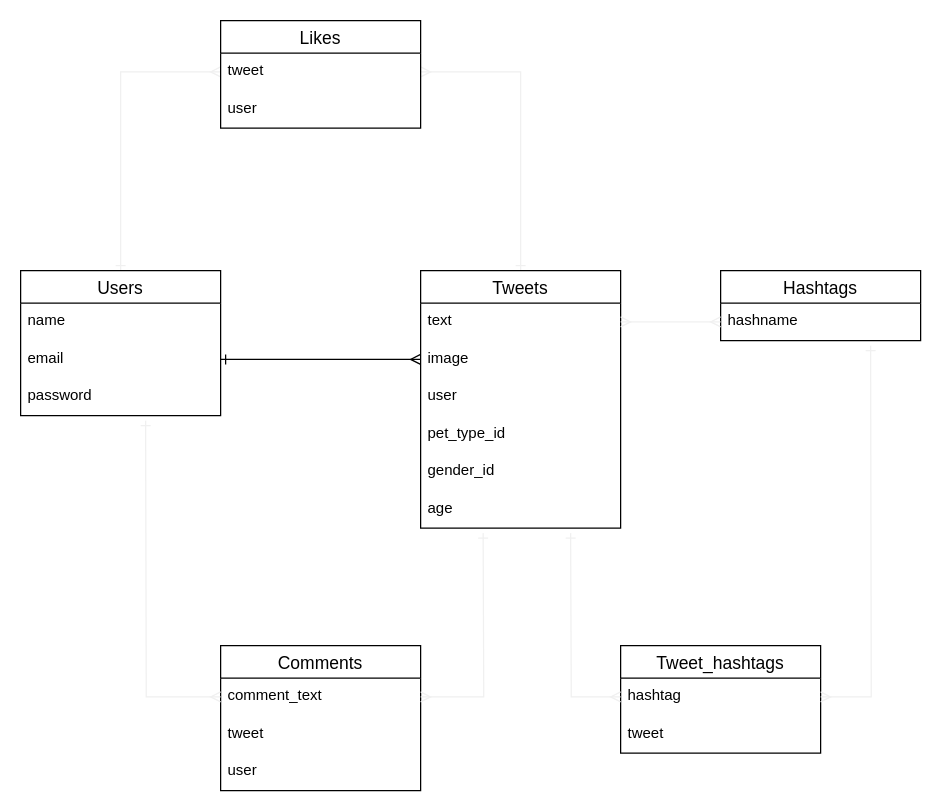
Before: uchinokogram.dio in tomomi94/uchinokogram, a draw.io diagram. Source tidied: cells renumbered, new cells numbered last; positions are measured from the earlier drawing's top-left corner, leaving out a move shared by most shapes. Both pictures are drawn from the tidied source at 125%, with x=0, y=0 at pixel (20, 20).
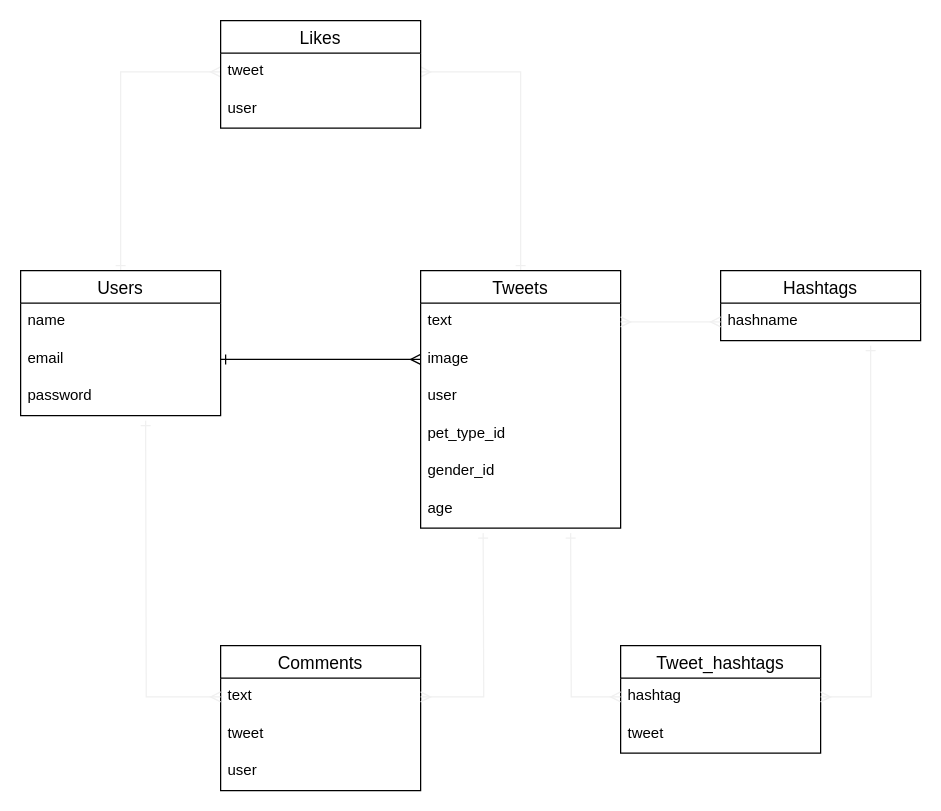
The same diagram, later.

Unchanged cells that the change refers to:
```xml
<mxCell id="15" value="Comments" style="swimlane;fontStyle=0;horizontal=1;startSize=26;align=center;fontSize=14;" parent="1" vertex="1">
  <mxGeometry x="160" y="500" width="160" height="116" as="geometry" />
</mxCell>
```

What changed in the source:
```diff
@@
-    <mxCell id="16" value="comment_text" style="text;strokeColor=none;fillColor=none;spacingLeft=4;spacingRight=4;overflow=hidden;points=[[0,0.5],[1,0.5]];portConstraint=eastwest;fontSize=12;" parent="15" vertex="1">
+    <mxCell id="16" value="text" style="text;strokeColor=none;fillColor=none;spacingLeft=4;spacingRight=4;overflow=hidden;points=[[0,0.5],[1,0.5]];portConstraint=eastwest;fontSize=12;" parent="15" vertex="1">
       <mxGeometry y="26" width="160" height="30" as="geometry" />
     </mxCell>
```
